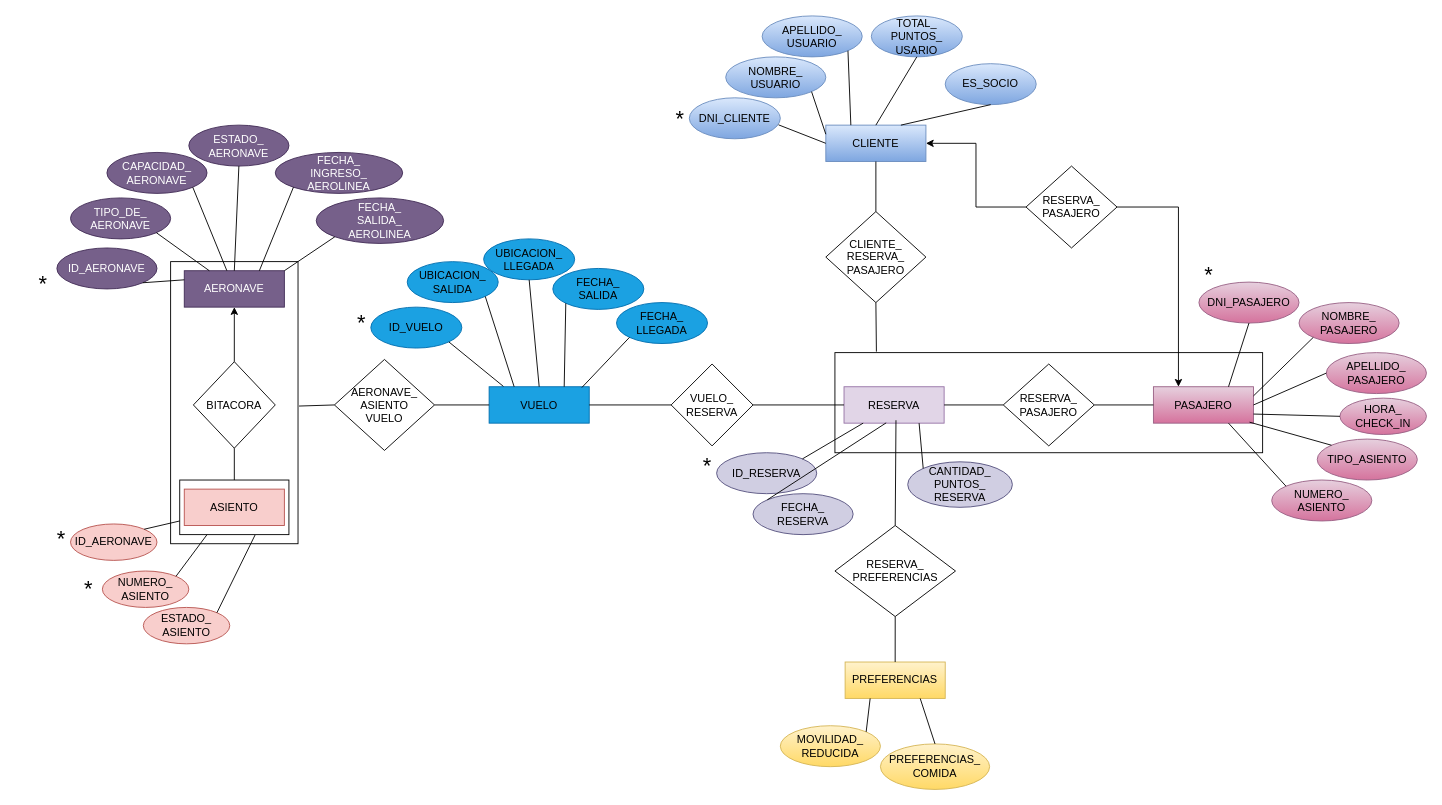
hachazo/db-Tp1 keeps this draw.io diagram as PARCIAL_AERONAVE.drawio. Above is the earlier version. Source tidied: cells renumbered, new cells numbered last; positions are measured from the earlier drawing's top-left corner, leaving out a move shared by most shapes. Both pictures are drawn from the tidied source at 91%, with x=0, y=0 at pixel (15, 15).
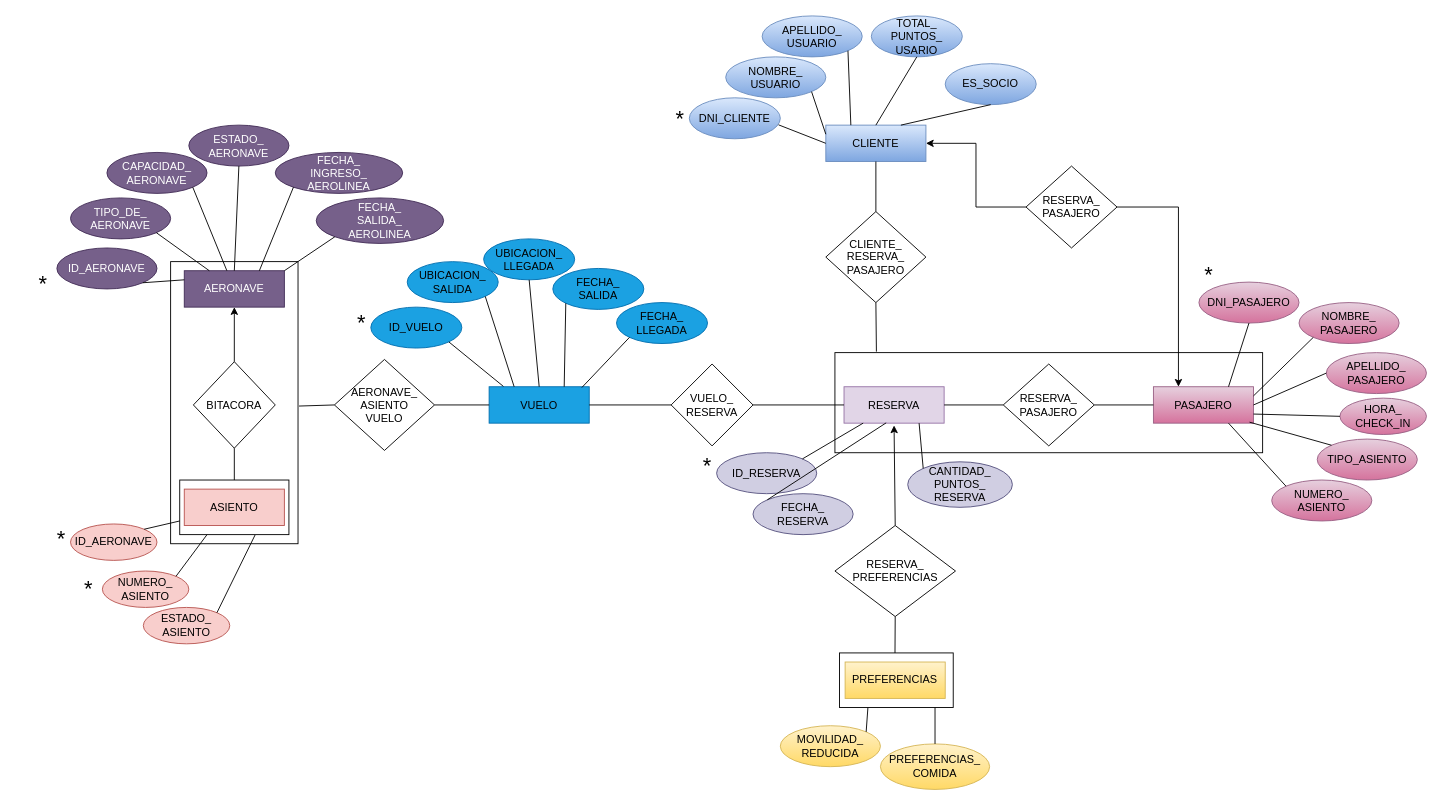
After the change.

Unchanged cells that the change refers to:
```xml
<mxCell id="43" value="&lt;font color=&quot;#000000&quot;&gt;RESERVA&lt;/font&gt;" style="rounded=0;whiteSpace=wrap;html=1;fillColor=#e1d5e7;strokeColor=#9673a6;" parent="1" vertex="1">
  <mxGeometry x="910" y="407.5" width="110" height="40" as="geometry" />
</mxCell>
<mxCell id="58" value="&lt;font color=&quot;#000000&quot;&gt;PREFERENCIAS&lt;/font&gt;" style="rounded=0;whiteSpace=wrap;html=1;fillColor=#fff2cc;strokeColor=#d6b656;gradientColor=#ffd966;" parent="1" vertex="1">
  <mxGeometry x="911.2" y="710" width="110" height="40" as="geometry" />
</mxCell>
<mxCell id="59" value="RESERVA_&lt;div&gt;PREFERENCIAS&lt;/div&gt;" style="rhombus;whiteSpace=wrap;html=1;" parent="1" vertex="1">
  <mxGeometry x="900" y="560" width="132.5" height="100" as="geometry" />
</mxCell>
<mxCell id="93" value="&lt;font color=&quot;#000000&quot;&gt;MOVILIDAD_&lt;/font&gt;&lt;div&gt;&lt;font color=&quot;#000000&quot;&gt;REDUCIDA&lt;/font&gt;&lt;/div&gt;" style="ellipse;whiteSpace=wrap;html=1;fillColor=#fff2cc;strokeColor=#d6b656;gradientColor=#ffd966;" parent="1" vertex="1">
  <mxGeometry x="840" y="780" width="110" height="45" as="geometry" />
</mxCell>
<mxCell id="94" value="&lt;font color=&quot;#000000&quot;&gt;PREFERENCIAS_&lt;/font&gt;&lt;div&gt;&lt;font color=&quot;#000000&quot;&gt;COMIDA&lt;/font&gt;&lt;/div&gt;" style="ellipse;whiteSpace=wrap;html=1;fillColor=#fff2cc;strokeColor=#d6b656;gradientColor=#ffd966;" parent="1" vertex="1">
  <mxGeometry x="950" y="800" width="120" height="50" as="geometry" />
</mxCell>
```

The edit, as a diff of the source:
```diff
@@
+    <mxCell id="100" style="rounded=0;whiteSpace=wrap;html=1;" parent="1" vertex="1">
+      <mxGeometry x="905" y="700" width="125" height="60" as="geometry" />
+    </mxCell>
@@
-    <mxCell id="60" style="endArrow=none;html=1;rounded=0;entryX=0.519;entryY=0.92;entryDx=0;entryDy=0;entryPerimeter=0;exitX=0.5;exitY=0;exitDx=0;exitDy=0;" parent="1" edge="1" source="59" target="43">
-      <mxGeometry relative="1" as="geometry" />
-    </mxCell>
-    <mxCell id="61" style="endArrow=none;html=1;rounded=0;entryX=0.5;entryY=1;entryDx=0;entryDy=0;exitX=0.5;exitY=0;exitDx=0;exitDy=0;" parent="1" edge="1" source="58" target="59">
-      <mxGeometry relative="1" as="geometry" />
+    <mxCell id="61" style="endArrow=none;html=1;rounded=0;entryX=0.5;entryY=1;entryDx=0;entryDy=0;" parent="1" edge="1" target="59">
+      <mxGeometry relative="1" as="geometry">
+        <mxPoint x="966" y="700" as="sourcePoint" />
+      </mxGeometry>
     </mxCell>
@@
-    <mxCell id="95" style="endArrow=none;html=1;rounded=0;entryX=0.25;entryY=1;entryDx=0;entryDy=0;exitX=1;exitY=0;exitDx=0;exitDy=0;" parent="1" edge="1" source="93" target="58">
+    <mxCell id="95" style="endArrow=none;html=1;rounded=0;entryX=0.25;entryY=1;entryDx=0;entryDy=0;exitX=1;exitY=0;exitDx=0;exitDy=0;" parent="1" edge="1" source="93" target="100">
       <mxGeometry relative="1" as="geometry" />
     </mxCell>
-    <mxCell id="96" style="endArrow=none;html=1;rounded=0;entryX=0.75;entryY=1;entryDx=0;entryDy=0;exitX=0.5;exitY=0;exitDx=0;exitDy=0;" parent="1" edge="1" source="94" target="58">
+    <mxCell id="96" style="endArrow=none;html=1;rounded=0;entryX=0.84;entryY=1;entryDx=0;entryDy=0;exitX=0.5;exitY=0;exitDx=0;exitDy=0;entryPerimeter=0;" parent="1" edge="1" source="94" target="100">
       <mxGeometry relative="1" as="geometry" />
     </mxCell>
@@
+    <mxCell id="101" style="endArrow=classic;html=1;rounded=0;exitX=0.5;exitY=0;exitDx=0;exitDy=0;" parent="1" edge="1" source="59">
+      <mxGeometry relative="1" as="geometry">
+        <mxPoint x="965" y="450" as="targetPoint" />
+      </mxGeometry>
+    </mxCell>
```
